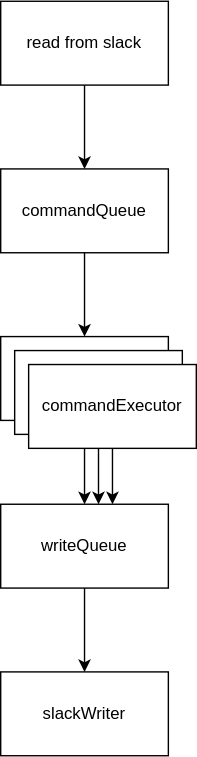
Before: doc/goroutine-diagram.svg, a diagram exported from draw.io (hnw/slack-commander). Source tidied: cells renumbered, new cells last; positions are measured from the earlier drawing's top-left corner, leaving out a move shared by most shapes. The source it was exported from:
```xml
<mxGraphModel>
  <root>
    <mxCell id="0" />
    <mxCell id="1" parent="0" />
    <mxCell id="2" value="commandQueue" style="rounded=0;whiteSpace=wrap;html=1;" parent="1" vertex="1">
      <mxGeometry y="120" width="120" height="60" as="geometry" />
    </mxCell>
    <mxCell id="3" value="writeQueue" style="rounded=0;whiteSpace=wrap;html=1;" parent="1" vertex="1">
      <mxGeometry y="360" width="120" height="60" as="geometry" />
    </mxCell>
    <mxCell id="4" value="read from slack" style="rounded=0;whiteSpace=wrap;html=1;" parent="1" vertex="1">
      <mxGeometry width="120" height="60" as="geometry" />
    </mxCell>
    <mxCell id="5" style="endArrow=classic;html=1;exitX=0.5;exitY=1;exitDx=0;exitDy=0;entryX=0.5;entryY=0;entryDx=0;entryDy=0;" parent="1" edge="1" source="4" target="2">
      <mxGeometry relative="1" as="geometry" />
    </mxCell>
    <mxCell id="6" value="commandExecutor" style="rounded=0;whiteSpace=wrap;html=1;" parent="1" vertex="1">
      <mxGeometry y="240" width="120" height="60" as="geometry" />
    </mxCell>
    <mxCell id="7" style="endArrow=classic;html=1;entryX=0.5;entryY=0;entryDx=0;entryDy=0;exitX=0.5;exitY=1;exitDx=0;exitDy=0;" parent="1" edge="1" source="2" target="6">
      <mxGeometry relative="1" as="geometry" />
    </mxCell>
    <mxCell id="8" style="endArrow=classic;html=1;entryX=0.5;entryY=0;entryDx=0;entryDy=0;exitX=0.5;exitY=1;exitDx=0;exitDy=0;" parent="1" edge="1" source="6" target="3">
      <mxGeometry relative="1" as="geometry" />
    </mxCell>
    <mxCell id="9" value="slackWriter" style="rounded=0;whiteSpace=wrap;html=1;" parent="1" vertex="1">
      <mxGeometry y="480" width="120" height="60" as="geometry" />
    </mxCell>
    <mxCell id="10" style="endArrow=classic;html=1;entryX=0.5;entryY=0;entryDx=0;entryDy=0;exitX=0.5;exitY=1;exitDx=0;exitDy=0;" parent="1" edge="1" source="3" target="9">
      <mxGeometry relative="1" as="geometry" />
    </mxCell>
    <mxCell id="11" value="commandExecutor" style="rounded=0;whiteSpace=wrap;html=1;" parent="1" vertex="1">
      <mxGeometry x="10" y="250" width="120" height="60" as="geometry" />
    </mxCell>
    <mxCell id="12" style="endArrow=classic;html=1;exitX=0.5;exitY=1;exitDx=0;exitDy=0;" parent="1" edge="1">
      <mxGeometry relative="1" as="geometry">
        <mxPoint x="70" y="310" as="sourcePoint" />
        <mxPoint x="70" y="360" as="targetPoint" />
      </mxGeometry>
    </mxCell>
    <mxCell id="13" value="commandExecutor" style="rounded=0;whiteSpace=wrap;html=1;" parent="1" vertex="1">
      <mxGeometry x="20" y="260" width="120" height="60" as="geometry" />
    </mxCell>
    <mxCell id="14" style="endArrow=classic;html=1;exitX=0.5;exitY=1;exitDx=0;exitDy=0;" parent="1" edge="1">
      <mxGeometry relative="1" as="geometry">
        <mxPoint x="80" y="320" as="sourcePoint" />
        <mxPoint x="80" y="360" as="targetPoint" />
      </mxGeometry>
    </mxCell>
  </root>
</mxGraphModel>
```
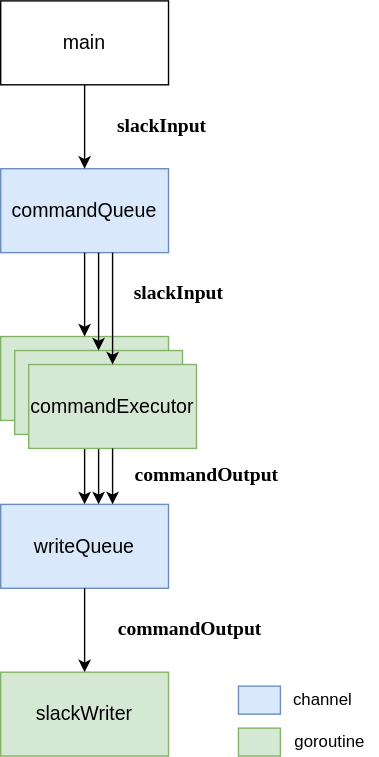
The same file after the commit.

What changed in the source:
```diff
@@ -2,19 +2,19 @@
   <root>
     <mxCell id="0" />
     <mxCell id="1" parent="0" />
-    <mxCell id="2" value="commandQueue" style="rounded=0;whiteSpace=wrap;html=1;" parent="1" vertex="1">
+    <mxCell id="2" value="&lt;font style=&quot;font-size: 14px&quot;&gt;commandQueue&lt;/font&gt;" style="rounded=0;whiteSpace=wrap;html=1;fillColor=#dae8fc;strokeColor=#6c8ebf;" parent="1" vertex="1">
       <mxGeometry y="120" width="120" height="60" as="geometry" />
     </mxCell>
-    <mxCell id="3" value="writeQueue" style="rounded=0;whiteSpace=wrap;html=1;" parent="1" vertex="1">
+    <mxCell id="3" value="&lt;font style=&quot;font-size: 14px&quot;&gt;writeQueue&lt;/font&gt;" style="rounded=0;whiteSpace=wrap;html=1;fillColor=#dae8fc;strokeColor=#6c8ebf;" parent="1" vertex="1">
       <mxGeometry y="360" width="120" height="60" as="geometry" />
     </mxCell>
-    <mxCell id="4" value="read from slack" style="rounded=0;whiteSpace=wrap;html=1;" parent="1" vertex="1">
+    <mxCell id="4" value="&lt;font style=&quot;font-size: 14px&quot;&gt;main&lt;/font&gt;" style="rounded=0;whiteSpace=wrap;html=1;" parent="1" vertex="1">
       <mxGeometry width="120" height="60" as="geometry" />
     </mxCell>
     <mxCell id="5" style="endArrow=classic;html=1;exitX=0.5;exitY=1;exitDx=0;exitDy=0;entryX=0.5;entryY=0;entryDx=0;entryDy=0;" parent="1" edge="1" source="4" target="2">
       <mxGeometry relative="1" as="geometry" />
     </mxCell>
-    <mxCell id="6" value="commandExecutor" style="rounded=0;whiteSpace=wrap;html=1;" parent="1" vertex="1">
+    <mxCell id="6" value="commandExecutor" style="rounded=0;whiteSpace=wrap;html=1;fillColor=#d5e8d4;strokeColor=#82b366;" parent="1" vertex="1">
       <mxGeometry y="240" width="120" height="60" as="geometry" />
     </mxCell>
     <mxCell id="7" style="endArrow=classic;html=1;entryX=0.5;entryY=0;entryDx=0;entryDy=0;exitX=0.5;exitY=1;exitDx=0;exitDy=0;" parent="1" edge="1" source="2" target="6">
@@ -23,13 +23,13 @@
     <mxCell id="8" style="endArrow=classic;html=1;entryX=0.5;entryY=0;entryDx=0;entryDy=0;exitX=0.5;exitY=1;exitDx=0;exitDy=0;" parent="1" edge="1" source="6" target="3">
       <mxGeometry relative="1" as="geometry" />
     </mxCell>
-    <mxCell id="9" value="slackWriter" style="rounded=0;whiteSpace=wrap;html=1;" parent="1" vertex="1">
+    <mxCell id="9" value="&lt;font style=&quot;font-size: 14px&quot;&gt;slackWriter&lt;/font&gt;" style="rounded=0;whiteSpace=wrap;html=1;fillColor=#d5e8d4;strokeColor=#82b366;" parent="1" vertex="1">
       <mxGeometry y="480" width="120" height="60" as="geometry" />
     </mxCell>
     <mxCell id="10" style="endArrow=classic;html=1;entryX=0.5;entryY=0;entryDx=0;entryDy=0;exitX=0.5;exitY=1;exitDx=0;exitDy=0;" parent="1" edge="1" source="3" target="9">
       <mxGeometry relative="1" as="geometry" />
     </mxCell>
-    <mxCell id="11" value="commandExecutor" style="rounded=0;whiteSpace=wrap;html=1;" parent="1" vertex="1">
+    <mxCell id="11" value="commandExecutor" style="rounded=0;whiteSpace=wrap;html=1;fillColor=#d5e8d4;strokeColor=#82b366;" parent="1" vertex="1">
       <mxGeometry x="10" y="250" width="120" height="60" as="geometry" />
     </mxCell>
     <mxCell id="12" style="endArrow=classic;html=1;exitX=0.5;exitY=1;exitDx=0;exitDy=0;" parent="1" edge="1">
@@ -38,7 +38,7 @@
         <mxPoint x="70" y="360" as="targetPoint" />
       </mxGeometry>
     </mxCell>
-    <mxCell id="13" value="commandExecutor" style="rounded=0;whiteSpace=wrap;html=1;" parent="1" vertex="1">
+    <mxCell id="13" value="&lt;font style=&quot;font-size: 14px&quot;&gt;commandExecutor&lt;/font&gt;" style="rounded=0;whiteSpace=wrap;html=1;fillColor=#d5e8d4;strokeColor=#82b366;" parent="1" vertex="1">
       <mxGeometry x="20" y="260" width="120" height="60" as="geometry" />
     </mxCell>
     <mxCell id="14" style="endArrow=classic;html=1;exitX=0.5;exitY=1;exitDx=0;exitDy=0;" parent="1" edge="1">
@@ -47,5 +47,41 @@
         <mxPoint x="80" y="360" as="targetPoint" />
       </mxGeometry>
     </mxCell>
+    <mxCell id="15" style="endArrow=classic;html=1;entryX=0.5;entryY=0;entryDx=0;entryDy=0;" parent="1" edge="1">
+      <mxGeometry relative="1" as="geometry">
+        <mxPoint x="70" y="180" as="sourcePoint" />
+        <mxPoint x="70" y="250" as="targetPoint" />
+      </mxGeometry>
+    </mxCell>
+    <mxCell id="16" style="endArrow=classic;html=1;" parent="1" edge="1">
+      <mxGeometry relative="1" as="geometry">
+        <mxPoint x="80" y="180" as="sourcePoint" />
+        <mxPoint x="80" y="260" as="targetPoint" />
+      </mxGeometry>
+    </mxCell>
+    <mxCell id="17" value="&lt;font face=&quot;Tahoma&quot; size=&quot;1&quot;&gt;&lt;b style=&quot;font-size: 14px&quot;&gt;slackInput&lt;/b&gt;&lt;/font&gt;" style="text;html=1;align=center;verticalAlign=middle;" parent="1" vertex="1">
+      <mxGeometry x="70" y="80" width="90" height="20" as="geometry" />
+    </mxCell>
+    <mxCell id="18" value="&lt;font face=&quot;Tahoma&quot; size=&quot;1&quot;&gt;&lt;b style=&quot;font-size: 14px&quot;&gt;slackInput&lt;/b&gt;&lt;/font&gt;" style="text;html=1;align=center;verticalAlign=middle;" parent="1" vertex="1">
+      <mxGeometry x="82" y="200" width="90" height="20" as="geometry" />
+    </mxCell>
+    <mxCell id="19" value="&lt;font face=&quot;Tahoma&quot; size=&quot;1&quot;&gt;&lt;b style=&quot;font-size: 14px&quot;&gt;commandOutput&lt;/b&gt;&lt;/font&gt;" style="text;html=1;align=center;verticalAlign=middle;" parent="1" vertex="1">
+      <mxGeometry x="82" y="330" width="130" height="20" as="geometry" />
+    </mxCell>
+    <mxCell id="20" value="&lt;font face=&quot;Tahoma&quot; size=&quot;1&quot;&gt;&lt;b style=&quot;font-size: 14px&quot;&gt;commandOutput&lt;/b&gt;&lt;/font&gt;" style="text;html=1;align=center;verticalAlign=middle;" parent="1" vertex="1">
+      <mxGeometry x="70" y="440" width="130" height="20" as="geometry" />
+    </mxCell>
+    <mxCell id="21" style="rounded=0;whiteSpace=wrap;html=1;fillColor=#d5e8d4;strokeColor=#82b366;" parent="1" vertex="1">
+      <mxGeometry x="170" y="520" width="30" height="20" as="geometry" />
+    </mxCell>
+    <mxCell id="22" style="rounded=0;whiteSpace=wrap;html=1;fillColor=#dae8fc;strokeColor=#6c8ebf;" parent="1" vertex="1">
+      <mxGeometry x="170" y="490" width="30" height="20" as="geometry" />
+    </mxCell>
+    <mxCell id="23" value="&lt;font size=&quot;1&quot;&gt;&lt;span style=&quot;font-size: 12px&quot;&gt;channel&lt;/span&gt;&lt;/font&gt;" style="text;html=1;align=center;verticalAlign=middle;" parent="1" vertex="1">
+      <mxGeometry x="200" y="490" width="60" height="20" as="geometry" />
+    </mxCell>
+    <mxCell id="24" value="&lt;font size=&quot;1&quot;&gt;&lt;span style=&quot;font-size: 12px&quot;&gt;goroutine&lt;/span&gt;&lt;/font&gt;" style="text;html=1;align=center;verticalAlign=middle;" parent="1" vertex="1">
+      <mxGeometry x="200" y="520" width="70" height="20" as="geometry" />
+    </mxCell>
   </root>
 </mxGraphModel>
```
